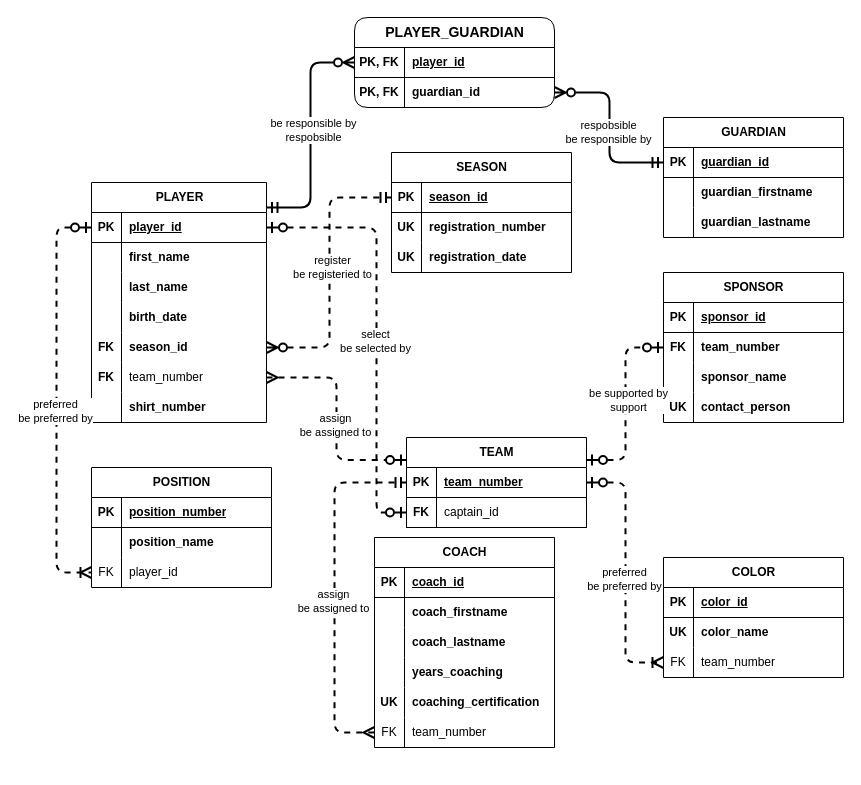
The draw.io diagram relational-database-design/c3/P0308.drawio in qichendev/assignments, before the edit. Source tidied: cells renumbered, new cells numbered last; positions are measured from the earlier drawing's top-left corner, leaving out a move shared by most shapes. Both pictures are drawn from the tidied source at 100%, with x=0, y=0 at pixel (56, 17).
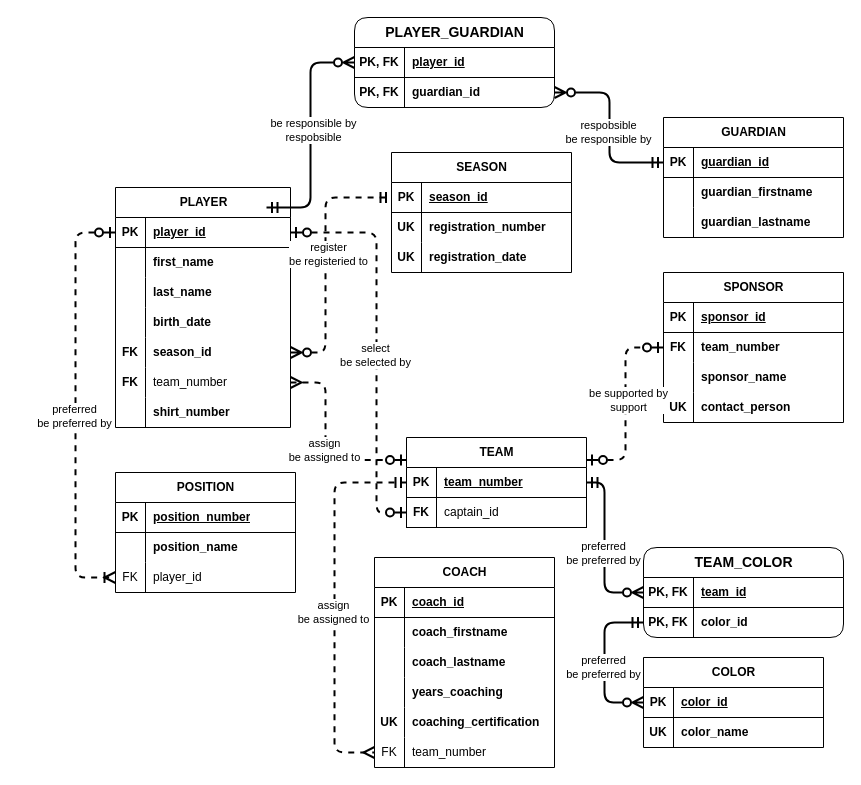
The same page after the edit.

The change refers to these unchanged cells:
```xml
<mxCell id="3" style="shape=tableRow;horizontal=0;startSize=0;swimlaneHead=0;swimlaneBody=0;fillColor=none;points=[[0,0.5],[1,0.5]];portConstraint=eastwest;top=0;left=0;right=0;bottom=1;" parent="2" vertex="1">
  <mxGeometry y="30" width="175" height="30" as="geometry" />
</mxCell>
<mxCell id="15" style="shape=tableRow;horizontal=0;startSize=0;swimlaneHead=0;swimlaneBody=0;fillColor=none;points=[[0,0.5],[1,0.5]];portConstraint=eastwest;top=0;left=0;right=0;bottom=0;" parent="2" vertex="1">
  <mxGeometry y="150" width="175" height="30" as="geometry" />
</mxCell>
<mxCell id="18" style="shape=tableRow;horizontal=0;startSize=0;swimlaneHead=0;swimlaneBody=0;fillColor=none;points=[[0,0.5],[1,0.5]];portConstraint=eastwest;top=0;left=0;right=0;bottom=0;" parent="2" vertex="1">
  <mxGeometry y="180" width="175" height="30" as="geometry" />
</mxCell>
<mxCell id="25" style="shape=tableRow;horizontal=0;startSize=0;swimlaneHead=0;swimlaneBody=0;fillColor=none;points=[[0,0.5],[1,0.5]];portConstraint=eastwest;top=0;left=0;right=0;bottom=1;" parent="24" vertex="1">
  <mxGeometry y="30" width="180" height="30" as="geometry" />
</mxCell>
<mxCell id="34" value="TEAM" style="shape=table;startSize=30;childLayout=tableLayout;rowLines=0;fontStyle=1;align=center;html=1;" parent="1" vertex="1">
  <mxGeometry x="350" y="420" width="180" height="90" as="geometry" />
</mxCell>
<mxCell id="35" style="shape=tableRow;horizontal=0;startSize=0;swimlaneHead=0;swimlaneBody=0;fillColor=none;points=[[0,0.5],[1,0.5]];portConstraint=eastwest;top=0;left=0;right=0;bottom=1;" parent="34" vertex="1">
  <mxGeometry y="30" width="180" height="30" as="geometry" />
</mxCell>
<mxCell id="65" style="shape=tableRow;horizontal=0;startSize=0;swimlaneHead=0;swimlaneBody=0;fillColor=none;points=[[0,0.5],[1,0.5]];portConstraint=eastwest;top=0;left=0;right=0;bottom=0;" parent="58" vertex="1">
  <mxGeometry y="90" width="180" height="30" as="geometry" />
</mxCell>
<mxCell id="113" style="shape=tableRow;horizontal=0;startSize=0;swimlaneHead=0;swimlaneBody=0;fillColor=none;points=[[0,0.5],[1,0.5]];portConstraint=eastwest;top=0;left=0;right=0;bottom=1;" parent="112" vertex="1">
  <mxGeometry y="30" width="180" height="30" as="geometry" />
</mxCell>
```

The edit, as a diff of the source:
```diff
@@
     <mxCell id="2" value="PLAYER" style="shape=table;startSize=30;childLayout=tableLayout;rowLines=0;fontStyle=1;align=center;html=1;" parent="1" vertex="1">
-      <mxGeometry x="35" y="165" width="175" height="240" as="geometry" />
+      <mxGeometry x="59" y="170" width="175" height="240" as="geometry" />
     </mxCell>
@@
     <mxCell id="41" style="edgeStyle=elbowEdgeStyle;fontSize=12;html=1;endArrow=ERzeroToOne;startArrow=ERmany;rounded=1;endSize=8;startSize=8;strokeWidth=2;dashed=1;jumpStyle=none;curved=0;startFill=0;endFill=0;entryX=0;entryY=0.25;entryDx=0;entryDy=0;exitX=1;exitY=0.5;exitDx=0;exitDy=0;" parent="1" edge="1" source="18" target="34">
-      <mxGeometry relative="1" as="geometry" />
+      <mxGeometry relative="1" as="geometry">
+        <Array as="points">
+          <mxPoint x="269" y="410" />
+        </Array>
+      </mxGeometry>
     </mxCell>
@@
     <mxCell id="58" value="POSITION" style="shape=table;startSize=30;childLayout=tableLayout;rowLines=0;fontStyle=1;align=center;html=1;" parent="1" vertex="1">
-      <mxGeometry x="35" y="450" width="180" height="120" as="geometry" />
+      <mxGeometry x="59" y="455" width="180" height="120" as="geometry" />
     </mxCell>
@@
     <mxCell id="68" style="edgeStyle=elbowEdgeStyle;fontSize=12;html=1;endArrow=ERoneToMany;startArrow=ERzeroToOne;rounded=1;endSize=8;startSize=8;strokeWidth=2;dashed=1;jumpStyle=none;curved=0;startFill=0;endFill=0;entryX=0;entryY=0.5;entryDx=0;entryDy=0;exitX=0;exitY=0.5;exitDx=0;exitDy=0;" parent="1" edge="1" source="3" target="65">
       <mxGeometry relative="1" as="geometry">
         <Array as="points">
-          <mxPoint y="430" />
+          <mxPoint x="19" y="390" />
         </Array>
       </mxGeometry>
     </mxCell>
@@
     <mxCell id="91" value="COACH" style="shape=table;startSize=30;childLayout=tableLayout;rowLines=0;fontStyle=1;align=center;html=1;" parent="1" vertex="1">
-      <mxGeometry x="318" y="520" width="180" height="210" as="geometry" />
+      <mxGeometry x="318" y="540" width="180" height="210" as="geometry" />
     </mxCell>
@@
     <mxCell id="112" value="COLOR" style="shape=table;startSize=30;childLayout=tableLayout;rowLines=0;fontStyle=1;align=center;html=1;" parent="1" vertex="1">
-      <mxGeometry x="607" y="540" width="180" height="120" as="geometry" />
+      <mxGeometry x="587" y="640" width="180" height="90" as="geometry" />
     </mxCell>
@@
-    <mxCell id="119" style="shape=tableRow;horizontal=0;startSize=0;swimlaneHead=0;swimlaneBody=0;fillColor=none;points=[[0,0.5],[1,0.5]];portConstraint=eastwest;top=0;left=0;right=0;bottom=0;fontStyle=1;" parent="112" vertex="1">
-      <mxGeometry y="90" width="180" height="30" as="geometry" />
-    </mxCell>
-    <mxCell id="120" value="FK" style="shape=partialRectangle;fillColor=none;top=0;left=0;bottom=0;right=0;overflow=hidden;whiteSpace=wrap;html=1;fontStyle=0;" parent="119" vertex="1">
-      <mxGeometry width="30" height="30" as="geometry" />
-    </mxCell>
-    <mxCell id="121" value="team_number" style="shape=partialRectangle;fillColor=none;top=0;left=0;bottom=0;right=0;align=left;spacingLeft=6;overflow=hidden;whiteSpace=wrap;html=1;fontStyle=0;" parent="119" vertex="1">
-      <mxGeometry x="30" width="150" height="30" as="geometry" />
-    </mxCell>
-    <mxCell id="122" style="edgeStyle=elbowEdgeStyle;fontSize=12;html=1;endArrow=ERoneToMany;startArrow=ERzeroToOne;rounded=1;endSize=8;startSize=8;strokeWidth=2;dashed=1;jumpStyle=none;curved=0;startFill=0;endFill=0;exitX=1;exitY=0.5;exitDx=0;exitDy=0;entryX=0;entryY=0.5;entryDx=0;entryDy=0;" parent="1" edge="1" source="35" target="119">
-      <mxGeometry relative="1" as="geometry" />
-    </mxCell>
-    <mxCell id="123" value="preferred&lt;div&gt;be preferred by&lt;/div&gt;" style="edgeLabel;html=1;align=center;verticalAlign=middle;" parent="122" vertex="1">
-      <mxGeometry x="0.05" y="-2" relative="1" as="geometry" />
-    </mxCell>
     <mxCell id="124" style="edgeStyle=elbowEdgeStyle;fontSize=12;html=1;endArrow=ERmandOne;startArrow=ERzeroToMany;rounded=1;endSize=8;startSize=8;strokeWidth=2;dashed=1;jumpStyle=none;curved=0;startFill=0;endFill=0;entryX=0;entryY=0.5;entryDx=0;entryDy=0;exitX=1;exitY=0.5;exitDx=0;exitDy=0;" parent="1" edge="1" source="15" target="25">
-      <mxGeometry relative="1" as="geometry" />
+      <mxGeometry relative="1" as="geometry">
+        <Array as="points">
+          <mxPoint x="269" y="270" />
+        </Array>
+      </mxGeometry>
     </mxCell>
@@
+    <mxCell id="128" value="&lt;span style=&quot;font-size: 14px;&quot;&gt;&lt;b&gt;TEAM_COLOR&lt;/b&gt;&lt;/span&gt;" style="shape=table;startSize=30;childLayout=tableLayout;rowLines=0;fontStyle=0;align=center;html=1;rounded=1;" parent="1" vertex="1">
+      <mxGeometry x="587" y="530" width="200" height="90" as="geometry" />
+    </mxCell>
+    <mxCell id="129" style="shape=tableRow;horizontal=0;startSize=0;swimlaneHead=0;swimlaneBody=0;fillColor=none;points=[[0,0.5],[1,0.5]];portConstraint=eastwest;top=0;left=0;right=0;bottom=1;" parent="128" vertex="1">
+      <mxGeometry y="30" width="200" height="30" as="geometry" />
+    </mxCell>
+    <mxCell id="130" value="PK, FK" style="shape=partialRectangle;fillColor=none;top=0;left=0;bottom=0;right=0;fontStyle=1;overflow=hidden;whiteSpace=wrap;html=1;" parent="129" vertex="1">
+      <mxGeometry width="50" height="30" as="geometry" />
+    </mxCell>
+    <mxCell id="131" value="team_id" style="shape=partialRectangle;fillColor=none;top=0;left=0;bottom=0;right=0;align=left;spacingLeft=6;fontStyle=5;overflow=hidden;whiteSpace=wrap;html=1;" parent="129" vertex="1">
+      <mxGeometry x="50" width="150" height="30" as="geometry" />
+    </mxCell>
+    <mxCell id="132" style="shape=tableRow;horizontal=0;startSize=0;swimlaneHead=0;swimlaneBody=0;fillColor=none;points=[[0,0.5],[1,0.5]];portConstraint=eastwest;top=0;left=0;right=0;bottom=0;" parent="128" vertex="1">
+      <mxGeometry y="60" width="200" height="30" as="geometry" />
+    </mxCell>
+    <mxCell id="133" value="PK, FK" style="shape=partialRectangle;fillColor=none;top=0;left=0;bottom=0;right=0;overflow=hidden;whiteSpace=wrap;html=1;fontStyle=1;" parent="132" vertex="1">
+      <mxGeometry width="50" height="30" as="geometry" />
+    </mxCell>
+    <mxCell id="134" value="color_id" style="shape=partialRectangle;fillColor=none;top=0;left=0;bottom=0;right=0;align=left;spacingLeft=6;overflow=hidden;whiteSpace=wrap;html=1;fontStyle=1;" parent="132" vertex="1">
+      <mxGeometry x="50" width="150" height="30" as="geometry" />
+    </mxCell>
+    <mxCell id="135" style="edgeStyle=elbowEdgeStyle;fontSize=12;html=1;endArrow=ERzeroToMany;startArrow=ERmandOne;rounded=1;endSize=8;startSize=8;strokeWidth=2;jumpStyle=none;curved=0;startFill=0;endFill=0;entryX=0;entryY=0.5;entryDx=0;entryDy=0;exitX=1;exitY=0.5;exitDx=0;exitDy=0;" parent="1" edge="1" source="35" target="129">
+      <mxGeometry relative="1" as="geometry">
+        <Array as="points">
+          <mxPoint x="548" y="560" />
+        </Array>
+      </mxGeometry>
+    </mxCell>
+    <mxCell id="136" value="preferred&lt;div&gt;be preferred by&lt;/div&gt;" style="edgeLabel;html=1;align=center;verticalAlign=middle;" parent="135" vertex="1">
+      <mxGeometry x="0.05" y="-2" relative="1" as="geometry" />
+    </mxCell>
+    <mxCell id="137" style="edgeStyle=elbowEdgeStyle;fontSize=12;html=1;endArrow=ERzeroToMany;startArrow=ERmandOne;rounded=1;endSize=8;startSize=8;strokeWidth=2;jumpStyle=none;curved=0;startFill=0;endFill=0;entryX=0;entryY=0.5;entryDx=0;entryDy=0;exitX=0;exitY=0.5;exitDx=0;exitDy=0;" parent="1" edge="1" source="132" target="113">
+      <mxGeometry relative="1" as="geometry">
+        <Array as="points">
+          <mxPoint x="548" y="680" />
+        </Array>
+      </mxGeometry>
+    </mxCell>
+    <mxCell id="138" value="preferred&lt;div&gt;be preferred by&lt;/div&gt;" style="edgeLabel;html=1;align=center;verticalAlign=middle;" parent="137" vertex="1">
+      <mxGeometry x="0.05" y="-2" relative="1" as="geometry" />
+    </mxCell>
```
